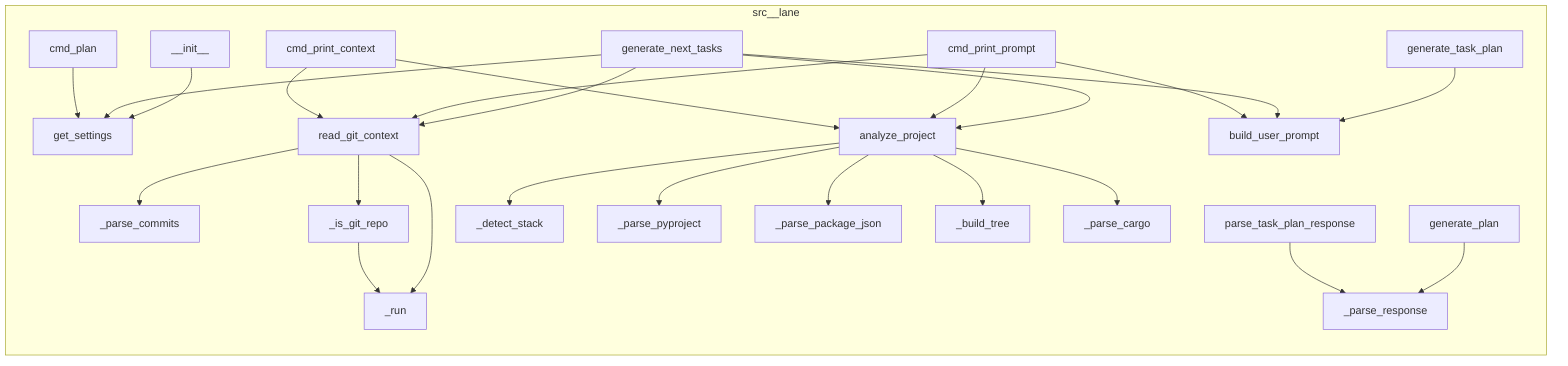
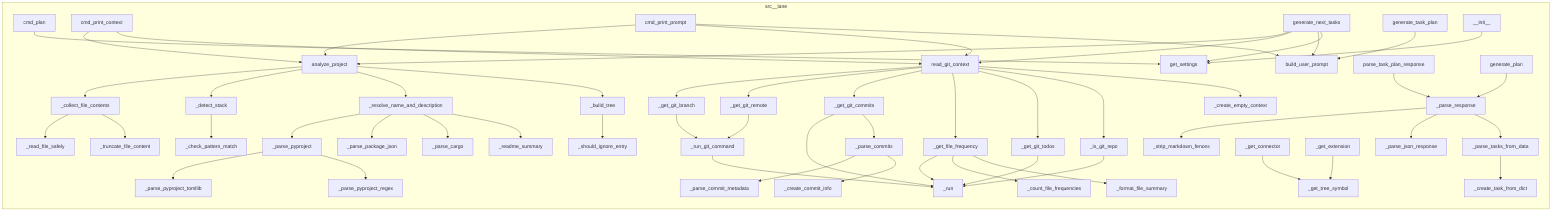
flowchart LR
%% generated in 0.00s
    subgraph src__lane
+         src__lane__project_analyzer___parse_package_json["_parse_package_json"]
+         src__lane__project_analyzer___truncate_file_content["_truncate_file_content"]
+         src__lane__providers__openai_compat___parse_tasks_from_data["_parse_tasks_from_data"]
+         src__lane__git_reader___run_git_command["_run_git_command"]
+         src__lane__cli__cmd_plan["cmd_plan"]
+         src__lane__project_analyzer___detect_stack["_detect_stack"]
+         src__lane__git_reader___is_git_repo["_is_git_repo"]
+         src__lane__project_analyzer___should_ignore_entry["_should_ignore_entry"]
+         src__lane__cli__cmd_print_context["cmd_print_context"]
+         src__lane__git_reader___get_file_frequency["_get_file_frequency"]
+         src__lane__git_reader___count_file_frequencies["_count_file_frequencies"]
+         src__lane__git_reader___run["_run"]
+         src__lane__project_analyzer___build_tree["_build_tree"]
+         src__lane__git_reader___get_git_branch["_get_git_branch"]
+         src__lane__project_analyzer___parse_pyproject["_parse_pyproject"]
+         src__lane__project_analyzer___parse_pyproject_regex["_parse_pyproject_regex"]
+         src__lane__project_analyzer___resolve_name_and_description["_resolve_name_and_description"]
+         src__lane__project_analyzer___read_file_safely["_read_file_safely"]
+         src__lane__project_analyzer___get_connector["_get_connector"]
+         src__lane__providers__openai_compat___parse_response["_parse_response"]
+         src__lane__git_reader___parse_commit_metadata["_parse_commit_metadata"]
        src__lane__git_reader___parse_commits["_parse_commits"]
-         src__lane__git_reader__read_git_context["read_git_context"]
-         src__lane__providers__openai_compat___parse_response["_parse_response"]
-         src__lane__project_analyzer___detect_stack["_detect_stack"]
-         src__lane__providers__openai_compat__OpenAICompatProvider__generate_plan["generate_plan"]
-         src__lane__project_analyzer___parse_cargo["_parse_cargo"]
+         src__lane__git_reader___get_git_remote["_get_git_remote"]
        src__lane__config__get_settings["get_settings"]
        src__lane__cli__cmd_print_prompt["cmd_print_prompt"]
-         src__lane__providers__openai_compat__OpenAICompatProvider____init__["__init__"]
-         src__lane__git_reader___run["_run"]
-         src__lane__cli__cmd_print_context["cmd_print_context"]
-         src__lane__project_analyzer___build_tree["_build_tree"]
-         src__lane__llm_client__OpenAICompatibleLLMClient__generate_task_plan["generate_task_plan"]
-         src__lane__llm_client__parse_task_plan_response["parse_task_plan_response"]
-         src__lane__cli__cmd_plan["cmd_plan"]
        src__lane__llm_client__build_user_prompt["build_user_prompt"]
        src__lane__planner__generate_next_tasks["generate_next_tasks"]
+         src__lane__llm_client__parse_task_plan_response["parse_task_plan_response"]
        src__lane__project_analyzer__analyze_project["analyze_project"]
-         src__lane__project_analyzer___parse_pyproject["_parse_pyproject"]
-         src__lane__project_analyzer___parse_package_json["_parse_package_json"]
-         src__lane__git_reader___is_git_repo["_is_git_repo"]
+         src__lane__git_reader__read_git_context["read_git_context"]
+         src__lane__project_analyzer___check_pattern_match["_check_pattern_match"]
+         src__lane__git_reader___get_git_commits["_get_git_commits"]
+         src__lane__project_analyzer___get_extension["_get_extension"]
+         src__lane__llm_client__OpenAICompatibleLLMClient__generate_task_plan["generate_task_plan"]
+         src__lane__providers__openai_compat__OpenAICompatProvider____init__["__init__"]
+         src__lane__git_reader___format_file_summary["_format_file_summary"]
+         src__lane__project_analyzer___readme_summary["_readme_summary"]
+         src__lane__git_reader___create_empty_context["_create_empty_context"]
+         src__lane__providers__openai_compat__OpenAICompatProvider__generate_plan["generate_plan"]
+         src__lane__git_reader___create_commit_info["_create_commit_info"]
+         src__lane__project_analyzer___parse_pyproject_tomllib["_parse_pyproject_tomllib"]
+         src__lane__providers__openai_compat___create_task_from_dict["_create_task_from_dict"]
+         src__lane__providers__openai_compat___parse_json_response["_parse_json_response"]
+         src__lane__providers__openai_compat___strip_markdown_fences["_strip_markdown_fences"]
+         src__lane__project_analyzer___parse_cargo["_parse_cargo"]
+         src__lane__project_analyzer___get_tree_symbol["_get_tree_symbol"]
+         src__lane__project_analyzer___collect_file_contents["_collect_file_contents"]
+         src__lane__git_reader___get_git_todos["_get_git_todos"]
    end
    src__lane__cli__cmd_plan --> src__lane__config__get_settings
    src__lane__cli__cmd_print_context --> src__lane__project_analyzer__analyze_project
    src__lane__cli__cmd_print_context --> src__lane__git_reader__read_git_context
    src__lane__cli__cmd_print_prompt --> src__lane__project_analyzer__analyze_project
    src__lane__cli__cmd_print_prompt --> src__lane__git_reader__read_git_context
    src__lane__cli__cmd_print_prompt --> src__lane__llm_client__build_user_prompt
-     src__lane__git_reader___is_git_repo --> src__lane__git_reader___run
-     src__lane__git_reader__read_git_context --> src__lane__git_reader___run
-     src__lane__git_reader__read_git_context --> src__lane__git_reader___parse_commits
-     src__lane__git_reader__read_git_context --> src__lane__git_reader___is_git_repo
    src__lane__planner__generate_next_tasks --> src__lane__project_analyzer__analyze_project
    src__lane__planner__generate_next_tasks --> src__lane__git_reader__read_git_context
    src__lane__planner__generate_next_tasks --> src__lane__llm_client__build_user_prompt
    src__lane__planner__generate_next_tasks --> src__lane__config__get_settings
    src__lane__llm_client__parse_task_plan_response --> src__lane__providers__openai_compat___parse_response
    src__lane__llm_client__OpenAICompatibleLLMClient__generate_task_plan --> src__lane__llm_client__build_user_prompt
-     src__lane__project_analyzer__analyze_project --> src__lane__project_analyzer___detect_stack
-     src__lane__project_analyzer__analyze_project --> src__lane__project_analyzer___parse_pyproject
-     src__lane__project_analyzer__analyze_project --> src__lane__project_analyzer___parse_package_json
-     src__lane__project_analyzer__analyze_project --> src__lane__project_analyzer___build_tree
-     src__lane__project_analyzer__analyze_project --> src__lane__project_analyzer___parse_cargo
    src__lane__providers__openai_compat__OpenAICompatProvider____init__ --> src__lane__config__get_settings
    src__lane__providers__openai_compat__OpenAICompatProvider__generate_plan --> src__lane__providers__openai_compat___parse_response
+     src__lane__providers__openai_compat___parse_tasks_from_data --> src__lane__providers__openai_compat___create_task_from_dict
+     src__lane__providers__openai_compat___parse_response --> src__lane__providers__openai_compat___strip_markdown_fences
+     src__lane__providers__openai_compat___parse_response --> src__lane__providers__openai_compat___parse_json_response
+     src__lane__providers__openai_compat___parse_response --> src__lane__providers__openai_compat___parse_tasks_from_data
+     src__lane__git_reader___is_git_repo --> src__lane__git_reader___run
+     src__lane__git_reader___run_git_command --> src__lane__git_reader___run
+     src__lane__git_reader___get_git_branch --> src__lane__git_reader___run_git_command
+     src__lane__git_reader___get_git_remote --> src__lane__git_reader___run_git_command
+     src__lane__git_reader___get_git_commits --> src__lane__git_reader___run
+     src__lane__git_reader___get_git_commits --> src__lane__git_reader___parse_commits
+     src__lane__git_reader___get_file_frequency --> src__lane__git_reader___run
+     src__lane__git_reader___get_file_frequency --> src__lane__git_reader___count_file_frequencies
+     src__lane__git_reader___get_file_frequency --> src__lane__git_reader___format_file_summary
+     src__lane__git_reader___get_git_todos --> src__lane__git_reader___run
+     src__lane__git_reader__read_git_context --> src__lane__git_reader___get_git_branch
+     src__lane__git_reader__read_git_context --> src__lane__git_reader___get_git_remote
+     src__lane__git_reader__read_git_context --> src__lane__git_reader___get_git_commits
+     src__lane__git_reader__read_git_context --> src__lane__git_reader___get_file_frequency
+     src__lane__git_reader__read_git_context --> src__lane__git_reader___get_git_todos
+     src__lane__git_reader__read_git_context --> src__lane__git_reader___is_git_repo
+     src__lane__git_reader__read_git_context --> src__lane__git_reader___create_empty_context
+     src__lane__git_reader___parse_commits --> src__lane__git_reader___parse_commit_metadata
+     src__lane__git_reader___parse_commits --> src__lane__git_reader___create_commit_info
+     src__lane__project_analyzer___collect_file_contents --> src__lane__project_analyzer___read_file_safely
+     src__lane__project_analyzer___collect_file_contents --> src__lane__project_analyzer___truncate_file_content
+     src__lane__project_analyzer___resolve_name_and_description --> src__lane__project_analyzer___parse_pyproject
+     src__lane__project_analyzer___resolve_name_and_description --> src__lane__project_analyzer___parse_package_json
+     src__lane__project_analyzer___resolve_name_and_description --> src__lane__project_analyzer___parse_cargo
+     src__lane__project_analyzer___resolve_name_and_description --> src__lane__project_analyzer___readme_summary
+     src__lane__project_analyzer__analyze_project --> src__lane__project_analyzer___collect_file_contents
+     src__lane__project_analyzer__analyze_project --> src__lane__project_analyzer___detect_stack
+     src__lane__project_analyzer__analyze_project --> src__lane__project_analyzer___resolve_name_and_description
+     src__lane__project_analyzer__analyze_project --> src__lane__project_analyzer___build_tree
+     src__lane__project_analyzer___detect_stack --> src__lane__project_analyzer___check_pattern_match
+     src__lane__project_analyzer___parse_pyproject --> src__lane__project_analyzer___parse_pyproject_tomllib
+     src__lane__project_analyzer___parse_pyproject --> src__lane__project_analyzer___parse_pyproject_regex
+     src__lane__project_analyzer___get_connector --> src__lane__project_analyzer___get_tree_symbol
+     src__lane__project_analyzer___get_extension --> src__lane__project_analyzer___get_tree_symbol
+     src__lane__project_analyzer___build_tree --> src__lane__project_analyzer___should_ignore_entry
